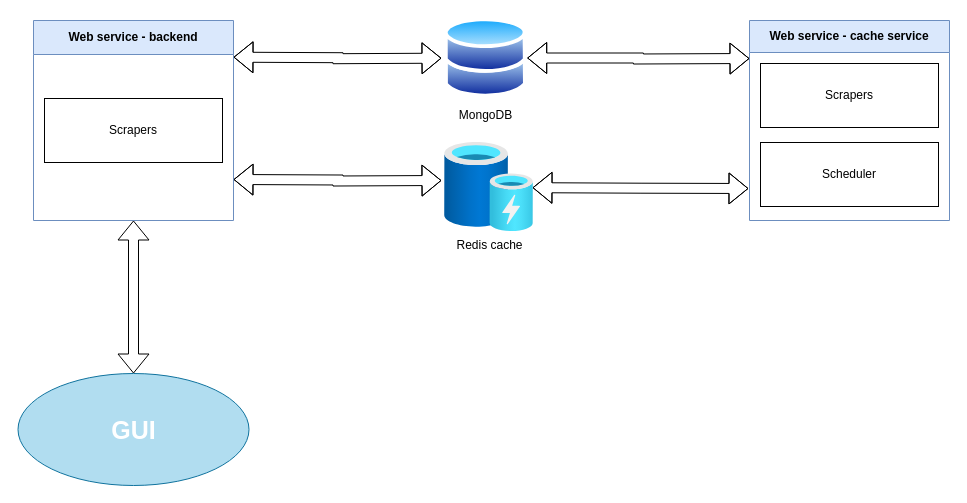
Earlier version of the draw.io diagram Untitled Diagram.drawio (MatajTjasa/webscraper). Source tidied: cells renumbered, new cells numbered last; positions are measured from the earlier drawing's top-left corner, leaving out a move shared by most shapes. Both pictures are drawn from the tidied source at 100%, with x=0, y=0 at pixel (17, 17).
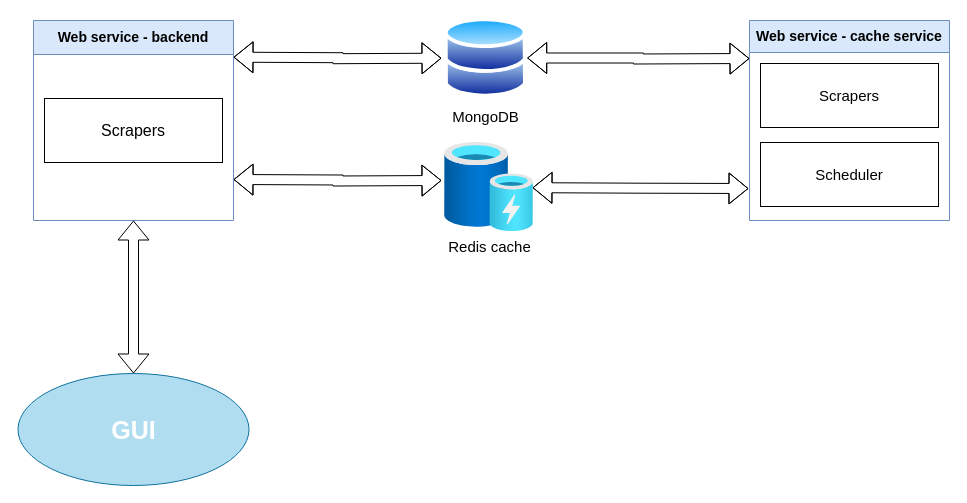
Above is the later version.

Change to the diagram source:
```diff
@@
 <mxGraphModel>
   <root>
     <mxCell id="0" />
     <mxCell id="1" parent="0" />
     <mxCell id="2" style="edgeStyle=orthogonalEdgeStyle;rounded=0;jettySize=auto;html=1;exitX=1;exitY=0.5;exitDx=0;exitDy=0;shape=flexArrow;startArrow=block;" parent="1" edge="1" source="3">
       <mxGeometry relative="1" as="geometry">
         <mxPoint x="732" y="41" as="targetPoint" />
       </mxGeometry>
     </mxCell>
-    <mxCell id="3" value="&lt;div&gt;MongoDB&lt;/div&gt;&lt;div&gt;&lt;br&gt;&lt;/div&gt;" style="image;perimeter=ellipsePerimeter;html=1;align=center;shadow=0;dashed=0;spacingTop=3;image=img/lib/active_directory/databases.svg;" parent="1" vertex="1">
+    <mxCell id="3" value="&lt;div style=&quot;font-size: 15px;&quot;&gt;&lt;font style=&quot;font-size: 15px;&quot;&gt;MongoDB&lt;/font&gt;&lt;/div&gt;&lt;div style=&quot;font-size: 15px;&quot;&gt;&lt;font style=&quot;font-size: 15px;&quot;&gt;&lt;br&gt;&lt;/font&gt;&lt;/div&gt;" style="image;perimeter=ellipsePerimeter;html=1;align=center;shadow=0;dashed=0;spacingTop=3;image=img/lib/active_directory/databases.svg;" parent="1" vertex="1">
       <mxGeometry x="427" width="82.7" height="81" as="geometry" />
     </mxCell>
-    <mxCell id="4" value="&lt;div&gt;Redis cache&lt;/div&gt;&lt;div&gt;&lt;br&gt;&lt;/div&gt;" style="image;html=1;align=center;fontSize=12;image=img/lib/azure2/general/Cache.svg;" parent="1" vertex="1">
+    <mxCell id="4" value="&lt;div style=&quot;font-size: 15px;&quot;&gt;&lt;font style=&quot;font-size: 15px;&quot;&gt;Redis cache&lt;/font&gt;&lt;/div&gt;&lt;div style=&quot;font-size: 15px;&quot;&gt;&lt;font style=&quot;font-size: 15px;&quot;&gt;&lt;br&gt;&lt;/font&gt;&lt;/div&gt;" style="image;html=1;align=center;fontSize=12;image=img/lib/azure2/general/Cache.svg;" parent="1" vertex="1">
       <mxGeometry x="427" y="125" width="89" height="89" as="geometry" />
     </mxCell>
     <mxCell id="5" style="edgeStyle=orthogonalEdgeStyle;rounded=0;jettySize=auto;html=1;entryX=0.5;entryY=0;entryDx=0;entryDy=0;shape=flexArrow;startArrow=block;" parent="1" edge="1" source="6" target="8">
       <mxGeometry relative="1" as="geometry" />
     </mxCell>
-    <mxCell id="6" value="Web service - backend" style="swimlane;whiteSpace=wrap;html=1;fillColor=#dae8fc;strokeColor=#6c8ebf;startSize=34;" parent="1" vertex="1">
+    <mxCell id="6" value="&lt;font style=&quot;font-size: 14px;&quot;&gt;Web service - backend&lt;/font&gt;" style="swimlane;whiteSpace=wrap;html=1;fillColor=#dae8fc;strokeColor=#6c8ebf;startSize=34;" parent="1" vertex="1">
       <mxGeometry x="16" y="3" width="200" height="200" as="geometry" />
     </mxCell>
-    <mxCell id="7" value="Scrapers" style="whiteSpace=wrap;html=1;" parent="6" vertex="1">
+    <mxCell id="7" value="&lt;font style=&quot;font-size: 16px;&quot;&gt;Scrapers&lt;/font&gt;" style="whiteSpace=wrap;html=1;" parent="6" vertex="1">
       <mxGeometry x="11" y="78" width="178" height="64" as="geometry" />
     </mxCell>
     <mxCell id="8" value="&lt;font size=&quot;1&quot; color=&quot;#ffffff&quot;&gt;&lt;b style=&quot;font-size: 25px;&quot;&gt;GUI&lt;/b&gt;&lt;/font&gt;" style="ellipse;whiteSpace=wrap;html=1;fillColor=#b1ddf0;strokeColor=#10739e;" parent="1" vertex="1">
       <mxGeometry x="0.5" y="356" width="231" height="112" as="geometry" />
     </mxCell>
-    <mxCell id="9" value="&lt;font face=&quot;Helvetica&quot;&gt;Web service - cache service&lt;/font&gt;" style="swimlane;whiteSpace=wrap;html=1;fillColor=#dae8fc;strokeColor=#6c8ebf;startSize=32;" parent="1" vertex="1">
+    <mxCell id="9" value="&lt;font style=&quot;font-size: 14px;&quot; face=&quot;Helvetica&quot;&gt;Web service - cache service&lt;/font&gt;" style="swimlane;whiteSpace=wrap;html=1;fillColor=#dae8fc;strokeColor=#6c8ebf;startSize=32;" parent="1" vertex="1">
       <mxGeometry x="732" y="3" width="200" height="200" as="geometry" />
     </mxCell>
-    <mxCell id="10" value="Scrapers" style="whiteSpace=wrap;html=1;" parent="9" vertex="1">
+    <mxCell id="10" value="&lt;font style=&quot;font-size: 15px;&quot;&gt;Scrapers&lt;/font&gt;" style="whiteSpace=wrap;html=1;" parent="9" vertex="1">
       <mxGeometry x="11" y="43" width="178" height="64" as="geometry" />
     </mxCell>
-    <mxCell id="11" value="Scheduler" style="whiteSpace=wrap;html=1;" parent="9" vertex="1">
+    <mxCell id="11" value="&lt;font style=&quot;font-size: 15px;&quot;&gt;Scheduler&lt;/font&gt;" style="whiteSpace=wrap;html=1;" parent="9" vertex="1">
       <mxGeometry x="11" y="122" width="178" height="64" as="geometry" />
     </mxCell>
     <mxCell id="12" style="edgeStyle=orthogonalEdgeStyle;rounded=0;orthogonalLoop=1;jettySize=auto;html=1;exitX=1;exitY=0.5;exitDx=0;exitDy=0;shape=flexArrow;startArrow=block;" parent="1" edge="1">
       <mxGeometry relative="1" as="geometry">
         <mxPoint x="515" y="170.2" as="sourcePoint" />
         <mxPoint x="731" y="171" as="targetPoint" />
       </mxGeometry>
     </mxCell>
     <mxCell id="13" style="edgeStyle=orthogonalEdgeStyle;rounded=0;orthogonalLoop=1;jettySize=auto;html=1;exitX=1;exitY=0.5;exitDx=0;exitDy=0;shape=flexArrow;startArrow=block;" parent="1" edge="1">
       <mxGeometry relative="1" as="geometry">
         <mxPoint x="216" y="162" as="sourcePoint" />
         <mxPoint x="424" y="163" as="targetPoint" />
       </mxGeometry>
     </mxCell>
     <mxCell id="14" style="edgeStyle=orthogonalEdgeStyle;rounded=0;orthogonalLoop=1;jettySize=auto;html=1;exitX=1;exitY=0.5;exitDx=0;exitDy=0;shape=flexArrow;startArrow=block;" parent="1" edge="1">
       <mxGeometry relative="1" as="geometry">
         <mxPoint x="216" y="39.7" as="sourcePoint" />
         <mxPoint x="424" y="40.7" as="targetPoint" />
       </mxGeometry>
     </mxCell>
   </root>
 </mxGraphModel>
```
